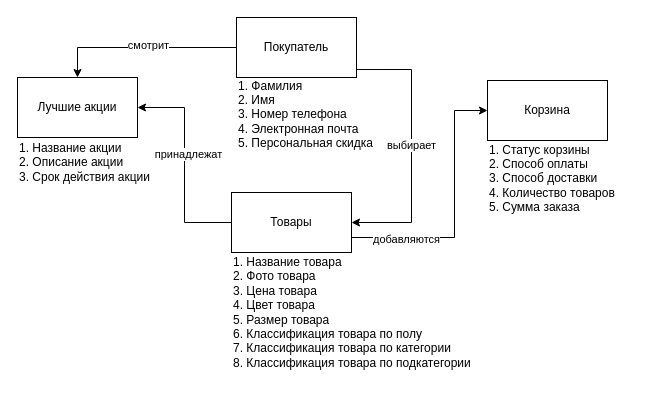
Earlier version of the draw.io diagram Mukhametyanova_Nargiza/DataModel/DataModel.drawio (abdullahproff/BSA21_1). Source tidied: cells renumbered, new cells numbered last; positions are measured from the earlier drawing's top-left corner, leaving out a move shared by most shapes. Both pictures are drawn from the tidied source at 100%, with x=0, y=0 at pixel (17, 17).
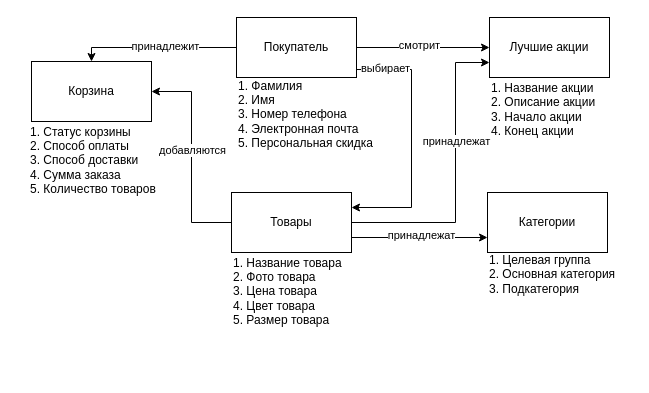
The same page after the edit.

The change refers to these unchanged cells:
```xml
<mxCell id="2" value="Покупатель" style="rounded=0;whiteSpace=wrap;html=1;" parent="1" vertex="1">
  <mxGeometry x="219" width="120" height="60" as="geometry" />
</mxCell>
<mxCell id="4" value="Товары" style="rounded=0;whiteSpace=wrap;html=1;" parent="1" vertex="1">
  <mxGeometry x="214" y="175" width="120" height="60" as="geometry" />
</mxCell>
```

What changed in the source:
```diff
@@
     <mxCell id="3" value="Лучшие акции" style="rounded=0;whiteSpace=wrap;html=1;" parent="1" vertex="1">
-      <mxGeometry y="60" width="120" height="60" as="geometry" />
+      <mxGeometry x="472" width="120" height="60" as="geometry" />
     </mxCell>
@@
-    <mxCell id="5" value="1. Название акции&lt;div&gt;2. Описание акции&lt;/div&gt;&lt;div&gt;3. Срок действия акции&lt;/div&gt;" style="text;html=1;align=left;verticalAlign=middle;strokeColor=none;fillColor=none;" parent="1" vertex="1">
-      <mxGeometry y="115" width="150" height="60" as="geometry" />
+    <mxCell id="5" value="1. Название акции&lt;div&gt;2. Описание акции&lt;/div&gt;&lt;div&gt;3. Начало акции&lt;/div&gt;&lt;div&gt;4. Конец акции&lt;/div&gt;" style="text;html=1;align=left;verticalAlign=middle;strokeColor=none;fillColor=none;" parent="1" vertex="1">
+      <mxGeometry x="472" y="57" width="122" height="70" as="geometry" />
     </mxCell>
@@
-    <mxCell id="7" value="1. Название товара&lt;div&gt;2. Фото товара&lt;/div&gt;&lt;div&gt;3. Цена товара&lt;/div&gt;&lt;div&gt;4. Цвет товара&lt;/div&gt;&lt;div&gt;5. Размер товара&lt;/div&gt;&lt;div&gt;6. Классификация товара по полу&lt;/div&gt;&lt;div&gt;7. Классификация товара по категории&lt;/div&gt;&lt;div&gt;8. Классификация товара по подкатегории&lt;/div&gt;" style="text;html=1;align=left;verticalAlign=middle;strokeColor=none;fillColor=none;" parent="1" vertex="1">
-      <mxGeometry x="214" y="231" width="256" height="127" as="geometry" />
+    <mxCell id="7" value="1. Название товара&lt;div&gt;2. Фото товара&lt;/div&gt;&lt;div&gt;3. Цена товара&lt;/div&gt;&lt;div&gt;4. Цвет товара&lt;/div&gt;&lt;div&gt;5. Размер товара&lt;/div&gt;" style="text;html=1;align=left;verticalAlign=middle;strokeColor=none;fillColor=none;" parent="1" vertex="1">
+      <mxGeometry x="214" y="231.5" width="127" height="84" as="geometry" />
     </mxCell>
     <mxCell id="8" value="Корзина" style="rounded=0;whiteSpace=wrap;html=1;" parent="1" vertex="1">
-      <mxGeometry x="470" y="63" width="120" height="60" as="geometry" />
+      <mxGeometry x="14" y="44" width="120" height="60" as="geometry" />
     </mxCell>
-    <mxCell id="9" value="1. Статус корзины&lt;div&gt;2. Способ оплаты&lt;/div&gt;&lt;div&gt;3. Способ доставки&lt;/div&gt;&lt;div&gt;4. Количество товаров&lt;/div&gt;&lt;div&gt;5. Сумма заказа&lt;/div&gt;" style="text;html=1;align=left;verticalAlign=middle;strokeColor=none;fillColor=none;" parent="1" vertex="1">
-      <mxGeometry x="470" y="119" width="144" height="84" as="geometry" />
+    <mxCell id="9" value="1. Статус корзины&lt;div&gt;2. Способ оплаты&lt;/div&gt;&lt;div&gt;3. Способ доставки&lt;/div&gt;&lt;div&gt;4.&amp;nbsp;&lt;span style=&quot;background-color: initial;&quot;&gt;Сумма заказа&lt;/span&gt;&lt;/div&gt;&lt;div&gt;5.&amp;nbsp;&lt;span style=&quot;background-color: initial;&quot;&gt;Количество товаров&lt;/span&gt;&lt;/div&gt;" style="text;html=1;align=left;verticalAlign=middle;strokeColor=none;fillColor=none;" parent="1" vertex="1">
+      <mxGeometry x="11" y="101" width="144" height="84" as="geometry" />
     </mxCell>
-    <mxCell id="10" style="endArrow=classic;html=1;rounded=0;exitX=1;exitY=0.867;exitDx=0;exitDy=0;exitPerimeter=0;entryX=1;entryY=0.5;entryDx=0;entryDy=0;edgeStyle=orthogonalEdgeStyle;" parent="1" edge="1" source="2" target="4">
+    <mxCell id="10" style="endArrow=classic;html=1;rounded=0;exitX=1;exitY=0.867;exitDx=0;exitDy=0;exitPerimeter=0;edgeStyle=orthogonalEdgeStyle;entryX=1;entryY=0.25;entryDx=0;entryDy=0;" parent="1" edge="1" source="2" target="4">
       <mxGeometry relative="1" as="geometry">
         <Array as="points">
           <mxPoint x="394" y="52" />
-          <mxPoint x="394" y="205" />
+          <mxPoint x="394" y="190" />
         </Array>
       </mxGeometry>
     </mxCell>
     <mxCell id="11" value="выбирает" style="edgeLabel;html=1;align=center;verticalAlign=middle;" parent="10" vertex="1">
-      <mxGeometry x="-0.02" y="-1" relative="1" as="geometry" />
+      <mxGeometry x="-0.02" y="-1" relative="1" as="geometry">
+        <mxPoint x="-26" y="-70" as="offset" />
+      </mxGeometry>
     </mxCell>
-    <mxCell id="12" style="endArrow=classic;html=1;rounded=0;exitX=0;exitY=0.5;exitDx=0;exitDy=0;entryX=0.5;entryY=0;entryDx=0;entryDy=0;edgeStyle=orthogonalEdgeStyle;" parent="1" edge="1" source="2" target="3">
+    <mxCell id="12" style="endArrow=classic;html=1;rounded=0;exitX=1;exitY=0.5;exitDx=0;exitDy=0;entryX=0;entryY=0.5;entryDx=0;entryDy=0;" parent="1" edge="1" source="2" target="3">
       <mxGeometry relative="1" as="geometry" />
     </mxCell>
     <mxCell id="13" value="смотрит" style="edgeLabel;html=1;align=center;verticalAlign=middle;" parent="12" vertex="1">
       <mxGeometry x="0.01" y="3" relative="1" as="geometry">
-        <mxPoint x="6" y="-6" as="offset" />
+        <mxPoint x="-5" as="offset" />
       </mxGeometry>
     </mxCell>
-    <mxCell id="14" style="endArrow=classic;html=1;rounded=0;exitX=0;exitY=0.5;exitDx=0;exitDy=0;entryX=1;entryY=0.5;entryDx=0;entryDy=0;edgeStyle=orthogonalEdgeStyle;" parent="1" edge="1" source="4" target="3">
+    <mxCell id="14" style="endArrow=classic;html=1;rounded=0;exitX=1;exitY=0.75;exitDx=0;exitDy=0;entryX=0;entryY=0.75;entryDx=0;entryDy=0;" parent="1" edge="1" source="4" target="18">
       <mxGeometry relative="1" as="geometry" />
     </mxCell>
     <mxCell id="15" value="принадлежат" style="edgeLabel;html=1;align=center;verticalAlign=middle;" parent="14" vertex="1">
       <mxGeometry x="-0.04" y="-1" relative="1" as="geometry">
-        <mxPoint x="2" y="-16" as="offset" />
+        <mxPoint x="4" y="-4" as="offset" />
       </mxGeometry>
     </mxCell>
-    <mxCell id="16" style="endArrow=classic;html=1;rounded=0;exitX=1;exitY=0.75;exitDx=0;exitDy=0;entryX=0;entryY=0.5;entryDx=0;entryDy=0;edgeStyle=orthogonalEdgeStyle;" parent="1" edge="1" source="4" target="8">
-      <mxGeometry relative="1" as="geometry">
-        <Array as="points">
-          <mxPoint x="437" y="220" />
-          <mxPoint x="437" y="93" />
-        </Array>
-      </mxGeometry>
+    <mxCell id="16" style="endArrow=classic;html=1;rounded=0;exitX=0;exitY=0.5;exitDx=0;exitDy=0;edgeStyle=orthogonalEdgeStyle;entryX=1;entryY=0.5;entryDx=0;entryDy=0;" parent="1" edge="1" source="4" target="8">
+      <mxGeometry relative="1" as="geometry" />
     </mxCell>
     <mxCell id="17" value="добавляются" style="edgeLabel;html=1;align=center;verticalAlign=middle;" parent="16" vertex="1">
       <mxGeometry x="-0.49" y="3" relative="1" as="geometry">
-        <mxPoint x="-13" y="4" as="offset" />
+        <mxPoint x="3" y="-59" as="offset" />
       </mxGeometry>
     </mxCell>
+    <mxCell id="18" value="Категории" style="rounded=0;whiteSpace=wrap;html=1;" parent="1" vertex="1">
+      <mxGeometry x="470" y="175" width="120" height="60" as="geometry" />
+    </mxCell>
+    <mxCell id="19" value="1. Целевая группа&lt;div&gt;&lt;div&gt;2.&amp;nbsp;&lt;span style=&quot;background-color: initial;&quot;&gt;Основная категория&lt;/span&gt;&lt;/div&gt;&lt;/div&gt;&lt;div&gt;&lt;span style=&quot;background-color: initial;&quot;&gt;3. Подкатегория&lt;/span&gt;&lt;/div&gt;" style="text;html=1;align=left;verticalAlign=middle;strokeColor=none;fillColor=none;" parent="1" vertex="1">
+      <mxGeometry x="470" y="229" width="144" height="55" as="geometry" />
+    </mxCell>
+    <mxCell id="20" style="endArrow=classic;html=1;rounded=0;exitX=0;exitY=0.5;exitDx=0;exitDy=0;entryX=0.5;entryY=0;entryDx=0;entryDy=0;edgeStyle=orthogonalEdgeStyle;" parent="1" edge="1" source="2" target="8">
+      <mxGeometry relative="1" as="geometry" />
+    </mxCell>
+    <mxCell id="21" value="принадлежит" style="edgeLabel;html=1;align=center;verticalAlign=middle;" parent="20" vertex="1">
+      <mxGeometry x="0.16" y="1" relative="1" as="geometry">
+        <mxPoint x="20" y="-3" as="offset" />
+      </mxGeometry>
+    </mxCell>
+    <mxCell id="22" style="endArrow=classic;html=1;rounded=0;exitX=1;exitY=0.5;exitDx=0;exitDy=0;entryX=0;entryY=0.75;entryDx=0;entryDy=0;edgeStyle=orthogonalEdgeStyle;" parent="1" edge="1" source="4" target="3">
+      <mxGeometry relative="1" as="geometry">
+        <Array as="points">
+          <mxPoint x="438" y="205" />
+          <mxPoint x="438" y="45" />
+        </Array>
+      </mxGeometry>
+    </mxCell>
+    <mxCell id="23" value="принадлежат" style="edgeLabel;html=1;align=center;verticalAlign=middle;" parent="22" vertex="1">
+      <mxGeometry x="0.25" relative="1" as="geometry" />
+    </mxCell>
```
